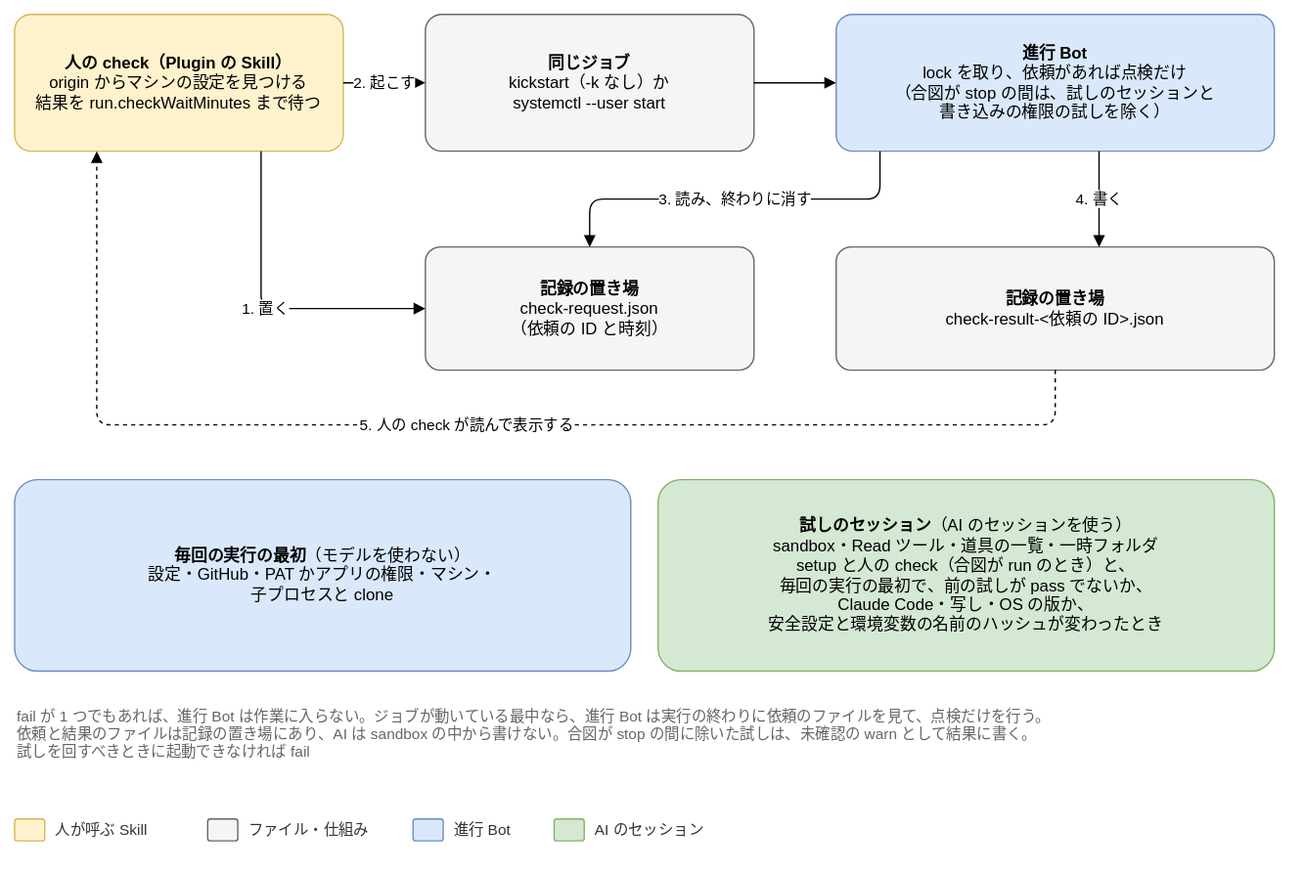
Above: docs/design/basic/diagrams/04-check.drawio.svg in Joymerrevent/dev-autopilot (draw.io), before the change. Source tidied: cells renumbered, new cells last; positions are measured from the earlier drawing's top-left corner, leaving out a move shared by most shapes.
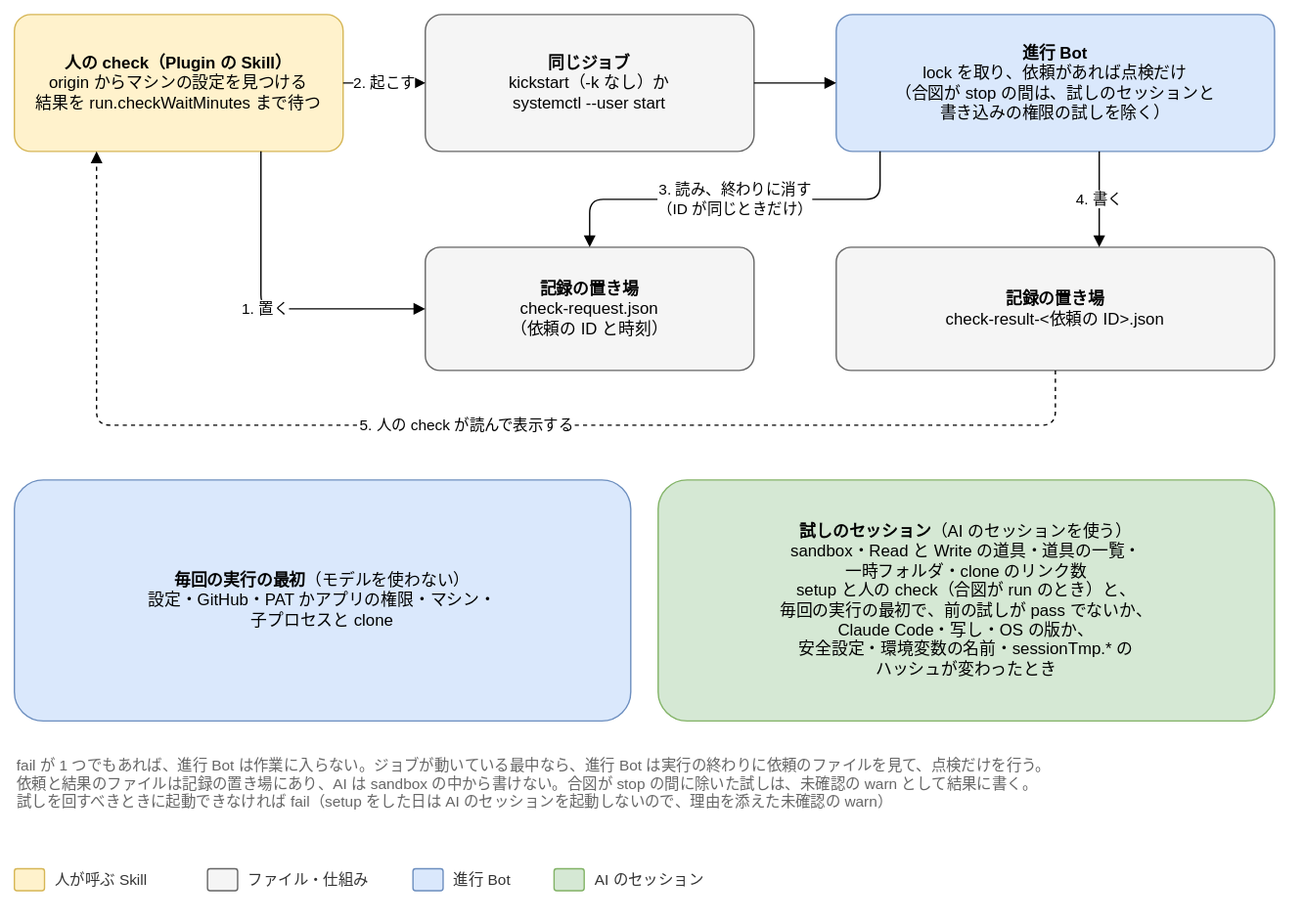
Above is the later version.

The edit, as a diff of the source:
```diff
@@ -3,19 +3,19 @@
     <mxCell id="0" />
     <mxCell id="1" parent="0" />
     <mxCell id="2" value="&lt;b&gt;人の check（Plugin の Skill）&lt;/b&gt;&lt;br&gt;origin からマシンの設定を見つける&lt;br&gt;結果を run.checkWaitMinutes まで待つ" style="rounded=1;whiteSpace=wrap;html=1;fontSize=12;arcSize=12;spacing=12;fillColor=#fff2cc;strokeColor=#d6b656;" parent="1" vertex="1">
-      <mxGeometry width="240" height="100" as="geometry" />
+      <mxGeometry y="-36" width="240" height="100" as="geometry" />
     </mxCell>
     <mxCell id="3" value="&lt;b&gt;同じジョブ&lt;/b&gt;&lt;br&gt;kickstart（-k なし）か&lt;br&gt;systemctl --user start" style="rounded=1;whiteSpace=wrap;html=1;fontSize=12;arcSize=12;spacing=12;fillColor=#f5f5f5;strokeColor=#666666;" parent="1" vertex="1">
-      <mxGeometry x="300" width="240" height="100" as="geometry" />
+      <mxGeometry x="300" y="-36" width="240" height="100" as="geometry" />
     </mxCell>
     <mxCell id="4" value="&lt;b&gt;進行 Bot&lt;/b&gt;&lt;br&gt;lock を取り、依頼があれば点検だけ&lt;br&gt;（合図が stop の間は、試しのセッションと&lt;br&gt;書き込みの権限の試しを除く）" style="rounded=1;whiteSpace=wrap;html=1;fontSize=12;arcSize=12;spacing=12;fillColor=#dae8fc;strokeColor=#6c8ebf;" parent="1" vertex="1">
-      <mxGeometry x="600" width="320" height="100" as="geometry" />
+      <mxGeometry x="600" y="-36" width="320" height="100" as="geometry" />
     </mxCell>
     <mxCell id="5" value="&lt;b&gt;記録の置き場&lt;/b&gt;&lt;br&gt;check-request.json&lt;br&gt;（依頼の ID と時刻）" style="rounded=1;whiteSpace=wrap;html=1;fontSize=12;arcSize=12;spacing=12;fillColor=#f5f5f5;strokeColor=#666666;" parent="1" vertex="1">
-      <mxGeometry x="300" y="170" width="240" height="90" as="geometry" />
+      <mxGeometry x="300" y="134" width="240" height="90" as="geometry" />
     </mxCell>
     <mxCell id="6" value="&lt;b&gt;記録の置き場&lt;/b&gt;&lt;br&gt;check-result-&amp;lt;依頼の ID&amp;gt;.json" style="rounded=1;whiteSpace=wrap;html=1;fontSize=12;arcSize=12;spacing=12;fillColor=#f5f5f5;strokeColor=#666666;" parent="1" vertex="1">
-      <mxGeometry x="600" y="170" width="320" height="90" as="geometry" />
+      <mxGeometry x="600" y="134" width="320" height="90" as="geometry" />
     </mxCell>
     <mxCell id="7" value="1. 置く" style="edgeStyle=orthogonalEdgeStyle;rounded=1;html=1;endArrow=block;endFill=1;fontSize=11;labelBackgroundColor=#ffffff;exitX=0.75;exitY=1;exitDx=0;exitDy=0;entryX=0;entryY=0.5;entryDx=0;entryDy=0;" parent="1" edge="1" source="2" target="5">
       <mxGeometry relative="1" as="geometry" />
@@ -26,11 +26,11 @@
     <mxCell id="9" style="edgeStyle=orthogonalEdgeStyle;rounded=1;html=1;endArrow=block;endFill=1;fontSize=11;labelBackgroundColor=#ffffff;exitX=1;exitY=0.5;exitDx=0;exitDy=0;entryX=0;entryY=0.5;entryDx=0;entryDy=0;" parent="1" edge="1" source="3" target="4">
       <mxGeometry relative="1" as="geometry" />
     </mxCell>
-    <mxCell id="10" value="3. 読み、終わりに消す" style="edgeStyle=orthogonalEdgeStyle;rounded=1;html=1;endArrow=block;endFill=1;fontSize=11;labelBackgroundColor=#ffffff;exitX=0.1;exitY=1;exitDx=0;exitDy=0;entryX=0.5;entryY=0;entryDx=0;entryDy=0;" parent="1" edge="1" source="4" target="5">
+    <mxCell id="10" value="3. 読み、終わりに消す&lt;br&gt;（ID が同じときだけ）" style="edgeStyle=orthogonalEdgeStyle;rounded=1;html=1;endArrow=block;endFill=1;fontSize=11;labelBackgroundColor=#ffffff;exitX=0.1;exitY=1;exitDx=0;exitDy=0;entryX=0.5;entryY=0;entryDx=0;entryDy=0;" parent="1" edge="1" source="4" target="5">
       <mxGeometry relative="1" as="geometry">
         <Array as="points">
-          <mxPoint x="632" y="135" />
-          <mxPoint x="420" y="135" />
+          <mxPoint x="632" y="99" />
+          <mxPoint x="420" y="99" />
         </Array>
       </mxGeometry>
     </mxCell>
@@ -40,18 +40,18 @@
     <mxCell id="12" value="5. 人の check が読んで表示する" style="edgeStyle=orthogonalEdgeStyle;rounded=1;html=1;endArrow=block;endFill=1;fontSize=11;labelBackgroundColor=#ffffff;dashed=1;exitX=0.5;exitY=1;exitDx=0;exitDy=0;entryX=0.25;entryY=1;entryDx=0;entryDy=0;" parent="1" edge="1" source="6" target="2">
       <mxGeometry relative="1" as="geometry">
         <Array as="points">
-          <mxPoint x="760" y="300" />
-          <mxPoint x="60" y="300" />
+          <mxPoint x="760" y="264" />
+          <mxPoint x="60" y="264" />
         </Array>
       </mxGeometry>
     </mxCell>
     <mxCell id="13" value="&lt;b&gt;毎回の実行の最初&lt;/b&gt;（モデルを使わない）&lt;br&gt;設定・GitHub・PAT かアプリの権限・マシン・&lt;br&gt;子プロセスと clone" style="rounded=1;whiteSpace=wrap;html=1;fontSize=12;arcSize=12;spacing=12;fillColor=#dae8fc;strokeColor=#6c8ebf;" parent="1" vertex="1">
-      <mxGeometry y="340" width="450" height="140" as="geometry" />
+      <mxGeometry y="304" width="450" height="176" as="geometry" />
     </mxCell>
-    <mxCell id="14" value="&lt;b&gt;試しのセッション&lt;/b&gt;（AI のセッションを使う）&lt;br&gt;sandbox・Read ツール・道具の一覧・一時フォルダ&lt;br&gt;setup と人の check（合図が run のとき）と、&lt;br&gt;毎回の実行の最初で、前の試しが pass でないか、&lt;br&gt;Claude Code・写し・OS の版か、&lt;br&gt;安全設定と環境変数の名前のハッシュが変わったとき" style="rounded=1;whiteSpace=wrap;html=1;fontSize=12;arcSize=12;spacing=12;fillColor=#d5e8d4;strokeColor=#82b366;" parent="1" vertex="1">
-      <mxGeometry x="470" y="340" width="450" height="140" as="geometry" />
+    <mxCell id="14" value="&lt;b&gt;試しのセッション&lt;/b&gt;（AI のセッションを使う）&lt;br&gt;sandbox・Read と Write の道具・道具の一覧・&lt;br&gt;一時フォルダ・clone のリンク数&lt;br&gt;setup と人の check（合図が run のとき）と、&lt;br&gt;毎回の実行の最初で、前の試しが pass でないか、&lt;br&gt;Claude Code・写し・OS の版か、&lt;br&gt;安全設定・環境変数の名前・sessionTmp.* の&lt;br&gt;ハッシュが変わったとき" style="rounded=1;whiteSpace=wrap;html=1;fontSize=12;arcSize=12;spacing=12;fillColor=#d5e8d4;strokeColor=#82b366;" parent="1" vertex="1">
+      <mxGeometry x="470" y="304" width="450" height="176" as="geometry" />
     </mxCell>
-    <mxCell id="15" value="fail が 1 つでもあれば、進行 Bot は作業に入らない。ジョブが動いている最中なら、進行 Bot は実行の終わりに依頼のファイルを見て、点検だけを行う。&lt;br&gt;依頼と結果のファイルは記録の置き場にあり、AI は sandbox の中から書けない。合図が stop の間に除いた試しは、未確認の warn として結果に書く。&lt;br&gt;試しを回すべきときに起動できなければ fail" style="text;html=1;whiteSpace=wrap;align=left;verticalAlign=top;fontSize=11;fontColor=#666666;" parent="1" vertex="1">
+    <mxCell id="15" value="fail が 1 つでもあれば、進行 Bot は作業に入らない。ジョブが動いている最中なら、進行 Bot は実行の終わりに依頼のファイルを見て、点検だけを行う。&lt;br&gt;依頼と結果のファイルは記録の置き場にあり、AI は sandbox の中から書けない。合図が stop の間に除いた試しは、未確認の warn として結果に書く。&lt;br&gt;試しを回すべきときに起動できなければ fail（setup をした日は AI のセッションを起動しないので、理由を添えた未確認の warn）" style="text;html=1;whiteSpace=wrap;align=left;verticalAlign=top;fontSize=11;fontColor=#666666;" parent="1" vertex="1">
       <mxGeometry y="500" width="920" height="70" as="geometry" />
     </mxCell>
     <mxCell id="16" style="rounded=1;whiteSpace=wrap;html=1;fontSize=12;arcSize=12;spacing=12;fillColor=#fff2cc;strokeColor=#d6b656;" parent="1" vertex="1">
```
